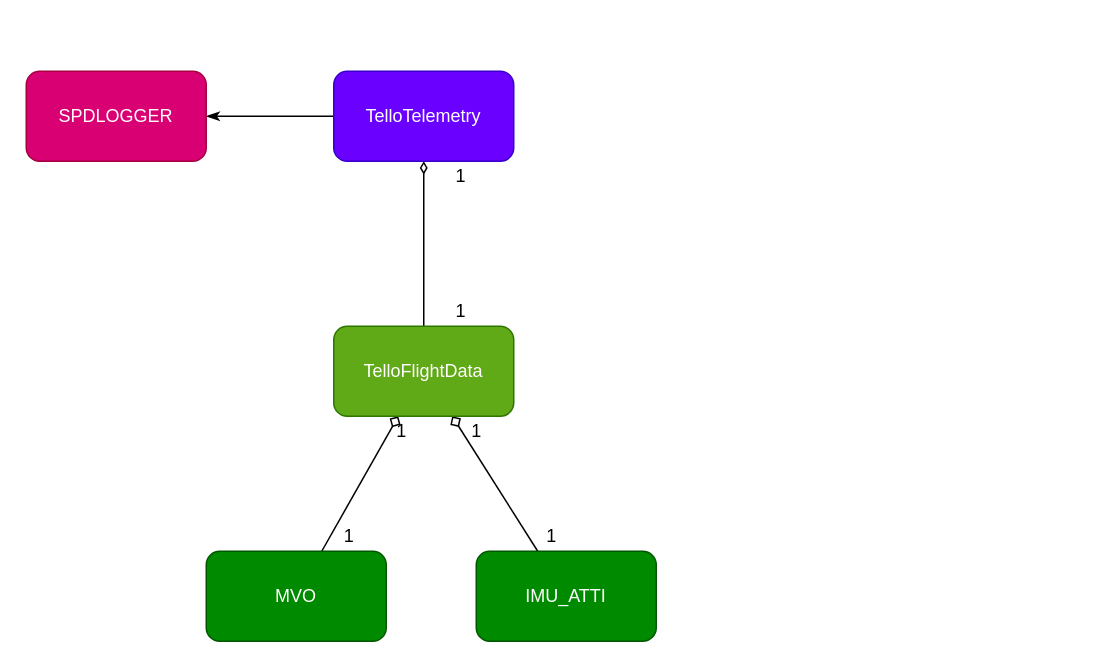
This is page "HighLevel" (1 of 2) of src/tello_telemetry/docs/TelloTelemetry.drawio from GalBrandwine/tello_driver, a draw.io file, before an edit. Source tidied: cells renumbered, new cells numbered last; positions are measured from the earlier drawing's top-left corner, leaving out a move shared by most shapes. Both pictures are drawn from the tidied source at 150%, with x=0, y=0 at pixel (26, 70).
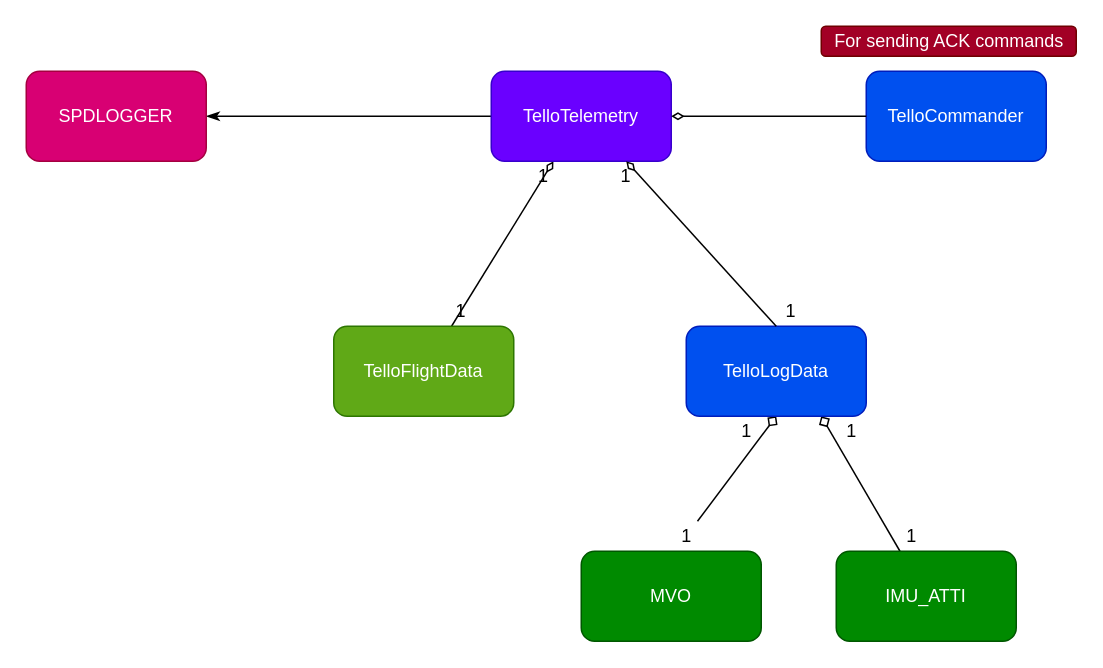
Above is the later version.

The change refers to these unchanged cells:
```xml
<mxCell id="7" value="TelloFlightData" style="whiteSpace=wrap;html=1;rounded=1;fillColor=#60a917;strokeColor=#2D7600;fontColor=#ffffff;" parent="1" vertex="1">
  <mxGeometry x="205" y="170" width="120" height="60" as="geometry" />
</mxCell>
```

Change to the diagram source:
```diff
@@
     <mxCell id="4" value="TelloTelemetry" style="rounded=1;whiteSpace=wrap;html=1;fillColor=#6a00ff;strokeColor=#3700CC;fontColor=#ffffff;" parent="1" vertex="1">
-      <mxGeometry x="205" width="120" height="60" as="geometry" />
+      <mxGeometry x="310" width="120" height="60" as="geometry" />
     </mxCell>
-    <mxCell id="5" style="rounded=0;jettySize=auto;html=1;endArrow=diamond;endFill=0;" parent="1" edge="1" source="10" target="7">
+    <mxCell id="5" style="rounded=0;jettySize=auto;html=1;endArrow=diamond;endFill=0;entryX=0.5;entryY=1;entryDx=0;entryDy=0;" parent="1" edge="1" source="15" target="17">
       <mxGeometry relative="1" as="geometry" />
     </mxCell>
-    <mxCell id="6" style="edgeStyle=none;rounded=0;jettySize=auto;html=1;endArrow=diamond;endFill=0;" parent="1" edge="1" source="11" target="7">
+    <mxCell id="6" style="edgeStyle=none;rounded=0;jettySize=auto;html=1;endArrow=diamond;endFill=0;entryX=0.75;entryY=1;entryDx=0;entryDy=0;" parent="1" edge="1" source="11" target="17">
       <mxGeometry relative="1" as="geometry" />
     </mxCell>
@@
     <mxCell id="9" value="1" style="text;html=1;strokeColor=none;fillColor=none;align=center;verticalAlign=middle;whiteSpace=wrap;rounded=0;" parent="1" vertex="1">
-      <mxGeometry x="270" y="60" width="40" height="20" as="geometry" />
+      <mxGeometry x="325" y="60" width="40" height="20" as="geometry" />
     </mxCell>
     <mxCell id="10" value="MVO" style="whiteSpace=wrap;html=1;rounded=1;fontColor=#ffffff;strokeColor=#005700;fillColor=#008a00;" parent="1" vertex="1">
-      <mxGeometry x="120" y="320" width="120" height="60" as="geometry" />
+      <mxGeometry x="370" y="320" width="120" height="60" as="geometry" />
     </mxCell>
     <mxCell id="11" value="IMU_ATTI" style="whiteSpace=wrap;html=1;rounded=1;fontColor=#ffffff;strokeColor=#005700;fillColor=#008a00;" parent="1" vertex="1">
-      <mxGeometry x="300" y="320" width="120" height="60" as="geometry" />
+      <mxGeometry x="540" y="320" width="120" height="60" as="geometry" />
     </mxCell>
     <mxCell id="12" value="1" style="text;html=1;align=center;verticalAlign=middle;" parent="1" vertex="1">
-      <mxGeometry x="290" y="230" width="20" height="20" as="geometry" />
+      <mxGeometry x="540" y="230" width="20" height="20" as="geometry" />
     </mxCell>
     <mxCell id="13" value="1" style="text;html=1;align=center;verticalAlign=middle;" parent="1" vertex="1">
-      <mxGeometry x="340" y="300" width="20" height="20" as="geometry" />
+      <mxGeometry x="580" y="300" width="20" height="20" as="geometry" />
     </mxCell>
     <mxCell id="14" value="1" style="text;html=1;align=center;verticalAlign=middle;" parent="1" vertex="1">
-      <mxGeometry x="240" y="230" width="20" height="20" as="geometry" />
+      <mxGeometry x="470" y="230" width="20" height="20" as="geometry" />
     </mxCell>
+    <mxCell id="16" value="SPDLOGGER" style="whiteSpace=wrap;html=1;rounded=1;fillColor=#d80073;strokeColor=#A50040;fontColor=#ffffff;" parent="1" vertex="1">
+      <mxGeometry width="120" height="60" as="geometry" />
+    </mxCell>
+    <mxCell id="17" value="TelloLogData" style="whiteSpace=wrap;html=1;rounded=1;fillColor=#0050ef;strokeColor=#001DBC;fontColor=#ffffff;" parent="1" vertex="1">
+      <mxGeometry x="440" y="170" width="120" height="60" as="geometry" />
+    </mxCell>
+    <mxCell id="18" style="rounded=0;jettySize=auto;html=1;endArrow=diamondThin;endFill=0;startArrow=none;startFill=0;entryX=0.75;entryY=1;entryDx=0;entryDy=0;exitX=0.5;exitY=0;exitDx=0;exitDy=0;" parent="1" edge="1" source="17" target="4">
+      <mxGeometry relative="1" as="geometry" />
+    </mxCell>
+    <mxCell id="19" value="1" style="text;html=1;strokeColor=none;fillColor=none;align=center;verticalAlign=middle;whiteSpace=wrap;rounded=0;" parent="1" vertex="1">
+      <mxGeometry x="490" y="150" width="40" height="20" as="geometry" />
+    </mxCell>
+    <mxCell id="20" value="1" style="text;html=1;strokeColor=none;fillColor=none;align=center;verticalAlign=middle;whiteSpace=wrap;rounded=0;" parent="1" vertex="1">
+      <mxGeometry x="380" y="60" width="40" height="20" as="geometry" />
+    </mxCell>
     <mxCell id="15" value="1" style="text;html=1;align=center;verticalAlign=middle;points=[];" parent="1" vertex="1">
-      <mxGeometry x="205" y="300" width="20" height="20" as="geometry" />
+      <mxGeometry x="430" y="300" width="20" height="20" as="geometry" />
     </mxCell>
-    <mxCell id="16" value="SPDLOGGER" style="whiteSpace=wrap;html=1;rounded=1;fillColor=#d80073;strokeColor=#A50040;fontColor=#ffffff;" parent="1" vertex="1">
-      <mxGeometry width="120" height="60" as="geometry" />
-    </mxCell>
+    <mxCell id="21" style="rounded=0;jettySize=auto;html=1;endArrow=diamond;endFill=0;entryX=0.5;entryY=1;entryDx=0;entryDy=0;" parent="1" edge="1" source="10" target="15">
+      <mxGeometry relative="1" as="geometry" />
+    </mxCell>
+    <mxCell id="22" value="&lt;div style=&quot;line-height: 19px&quot;&gt;TelloCommander&lt;/div&gt;" style="whiteSpace=wrap;html=1;rounded=1;fillColor=#0050ef;strokeColor=#001DBC;fontColor=#ffffff;" parent="1" vertex="1">
+      <mxGeometry x="560" width="120" height="60" as="geometry" />
+    </mxCell>
+    <mxCell id="23" style="rounded=0;jettySize=auto;html=1;endArrow=diamondThin;endFill=0;startArrow=none;startFill=0;entryX=1;entryY=0.5;entryDx=0;entryDy=0;exitX=0;exitY=0.5;exitDx=0;exitDy=0;" parent="1" edge="1" source="22" target="4">
+      <mxGeometry relative="1" as="geometry" />
+    </mxCell>
+    <mxCell id="24" value="For sending ACK commands" style="text;html=1;align=center;verticalAlign=middle;fillColor=#a20025;strokeColor=#6F0000;fontColor=#ffffff;rounded=1;" parent="1" vertex="1">
+      <mxGeometry x="530" y="-30" width="170" height="20" as="geometry" />
+    </mxCell>
```
